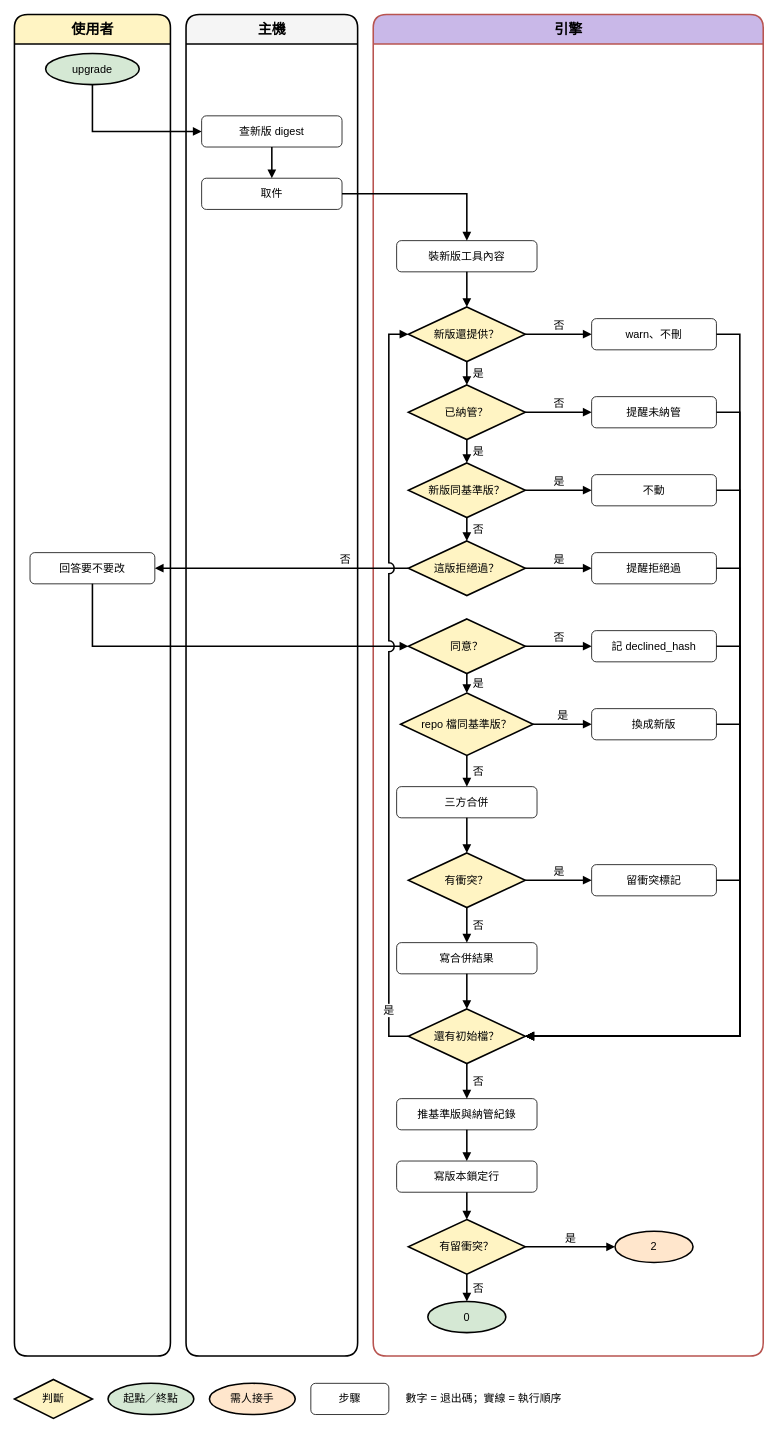
Earlier version of the draw.io diagram page "upgrade 流程" (5 of 10) of doc/decisions/research/diagram_proposals/proposal_claude_v3.drawio (ycpss91255-research/vendor_kit). Source tidied: cells renumbered, new cells numbered last; positions are measured from the earlier drawing's top-left corner, leaving out a move shared by most shapes. Both pictures are drawn from the tidied source at 78%, with x=0, y=0 at pixel (14, 14).
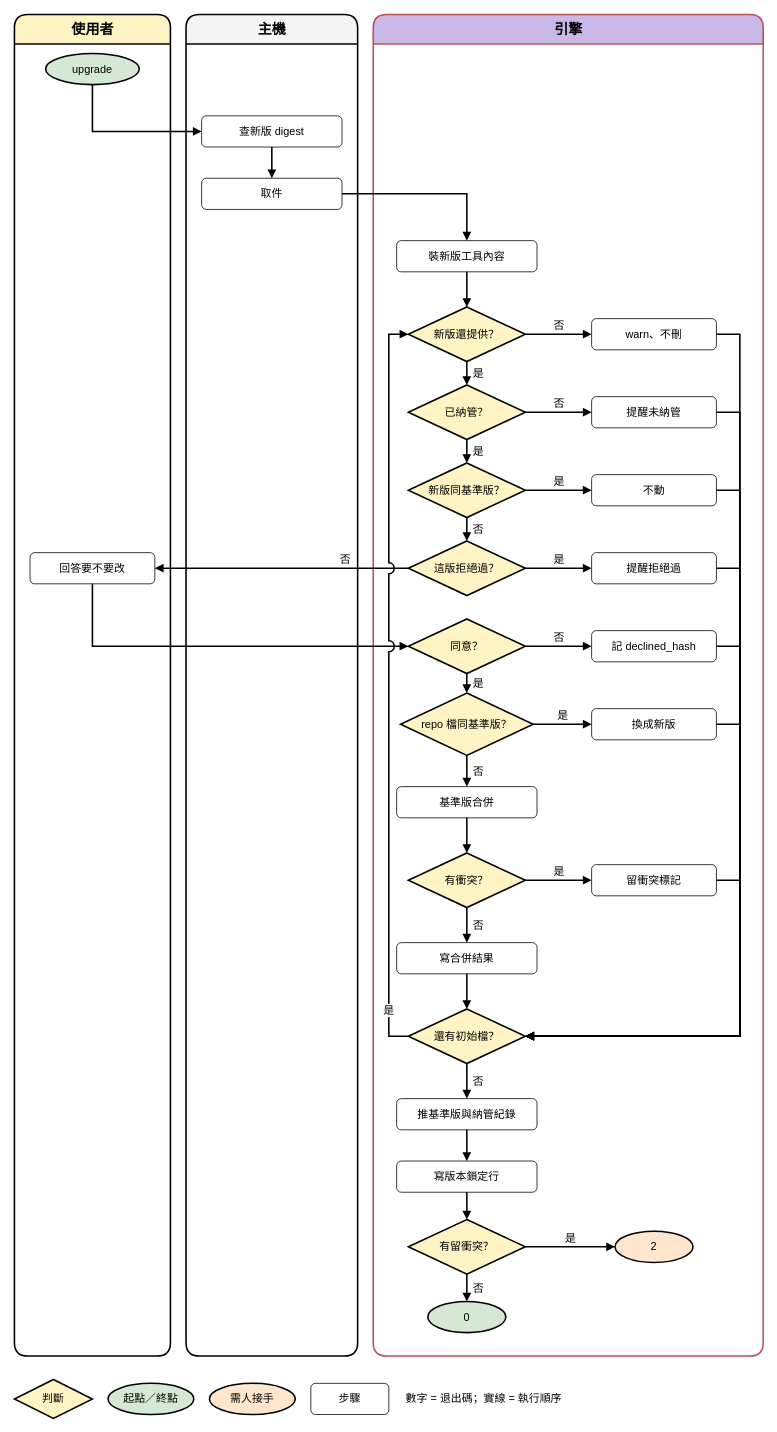
The same page after the edit.

Commit message (it also covers changes not shown here):
add 頁動作移進引擎欄（泳道 = 誰做）；upgrade 頁改用正式名詞「基準版合併」

Unchanged cells that the change refers to:
```xml
<mxCell id="4" value="引擎" style="swimlane;html=1;rounded=1;startSize=38;fontStyle=1;fontSize=18;fillColor=#c9b8e8;swimlaneFillColor=#ffffff;strokeColor=#b85450;strokeWidth=2;" parent="1" vertex="1">
  <mxGeometry x="460" width="500" height="1720" as="geometry" />
</mxCell>
```

Diff of the diagram source:
```diff
@@
-    <mxCell id="22" value="三方合併" style="rounded=1;whiteSpace=wrap;html=1;fillColor=#ffffff;strokeColor=light-dark(#000000,#9577A3);fontSize=14;strokeWidth=1;" parent="4" vertex="1">
+    <mxCell id="22" value="基準版合併" style="rounded=1;whiteSpace=wrap;html=1;fillColor=#ffffff;strokeColor=light-dark(#000000,#9577A3);fontSize=14;strokeWidth=1;" parent="4" vertex="1">
       <mxGeometry x="30" y="990" width="180" height="40" as="geometry" />
     </mxCell>
```
